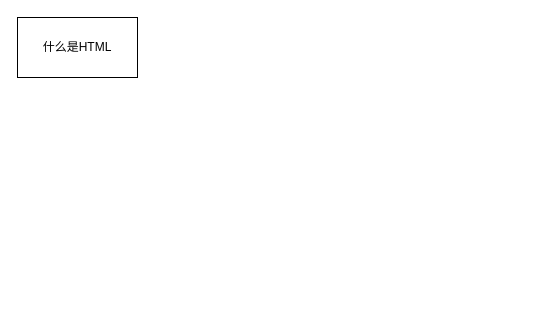
JacksionGT/drawio-files keeps this draw.io diagram as temp/什么是html.drawio. Above is the earlier version. Source tidied: cells renumbered, new cells numbered last; positions are measured from the earlier drawing's top-left corner, leaving out a move shared by most shapes. Both pictures are drawn from the tidied source at 100%, with x=0, y=0 at pixel (17, 17).
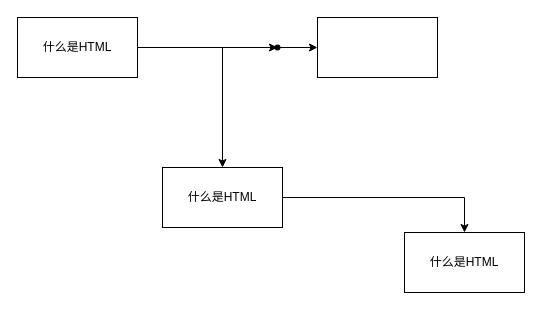
After the change.

Commit message:
更新什么是html.drawio

The edit, as a diff of the source:
```diff
@@
 <mxGraphModel>
   <root>
     <mxCell id="0" />
     <mxCell id="1" parent="0" />
+    <mxCell id="3" style="edgeStyle=orthogonalEdgeStyle;rounded=0;jettySize=auto;html=1;" parent="1" edge="1" source="2" target="6">
+      <mxGeometry relative="1" as="geometry" />
+    </mxCell>
+    <mxCell id="4" style="edgeStyle=orthogonalEdgeStyle;rounded=0;jettySize=auto;html=1;" parent="1" edge="1" source="2" target="9">
+      <mxGeometry relative="1" as="geometry" />
+    </mxCell>
     <mxCell id="2" value="什么是HTML" style="rounded=0;whiteSpace=wrap;html=1;" parent="1" vertex="1">
       <mxGeometry width="120" height="60" as="geometry" />
     </mxCell>
+    <mxCell id="5" style="edgeStyle=orthogonalEdgeStyle;rounded=0;jettySize=auto;html=1;" parent="1" edge="1" source="6" target="7">
+      <mxGeometry relative="1" as="geometry" />
+    </mxCell>
+    <mxCell id="6" style="shape=waypoint;sketch=0;size=6;points=[];fillColor=default;perimeter=centerPerimeter;snapToPoint=1;rounded=0;" parent="1" vertex="1">
+      <mxGeometry x="250" y="20" width="20" height="20" as="geometry" />
+    </mxCell>
+    <mxCell id="7" style="whiteSpace=wrap;html=1;sketch=0;rounded=0;" parent="1" vertex="1">
+      <mxGeometry x="300" width="120" height="60" as="geometry" />
+    </mxCell>
+    <mxCell id="8" style="edgeStyle=orthogonalEdgeStyle;rounded=0;jettySize=auto;html=1;" parent="1" edge="1" source="9" target="10">
+      <mxGeometry relative="1" as="geometry" />
+    </mxCell>
+    <mxCell id="9" value="什么是HTML" style="rounded=0;whiteSpace=wrap;html=1;" parent="1" vertex="1">
+      <mxGeometry x="145" y="150" width="120" height="60" as="geometry" />
+    </mxCell>
+    <mxCell id="10" value="什么是HTML" style="rounded=0;whiteSpace=wrap;html=1;" parent="1" vertex="1">
+      <mxGeometry x="387" y="215" width="120" height="60" as="geometry" />
+    </mxCell>
   </root>
 </mxGraphModel>
```
